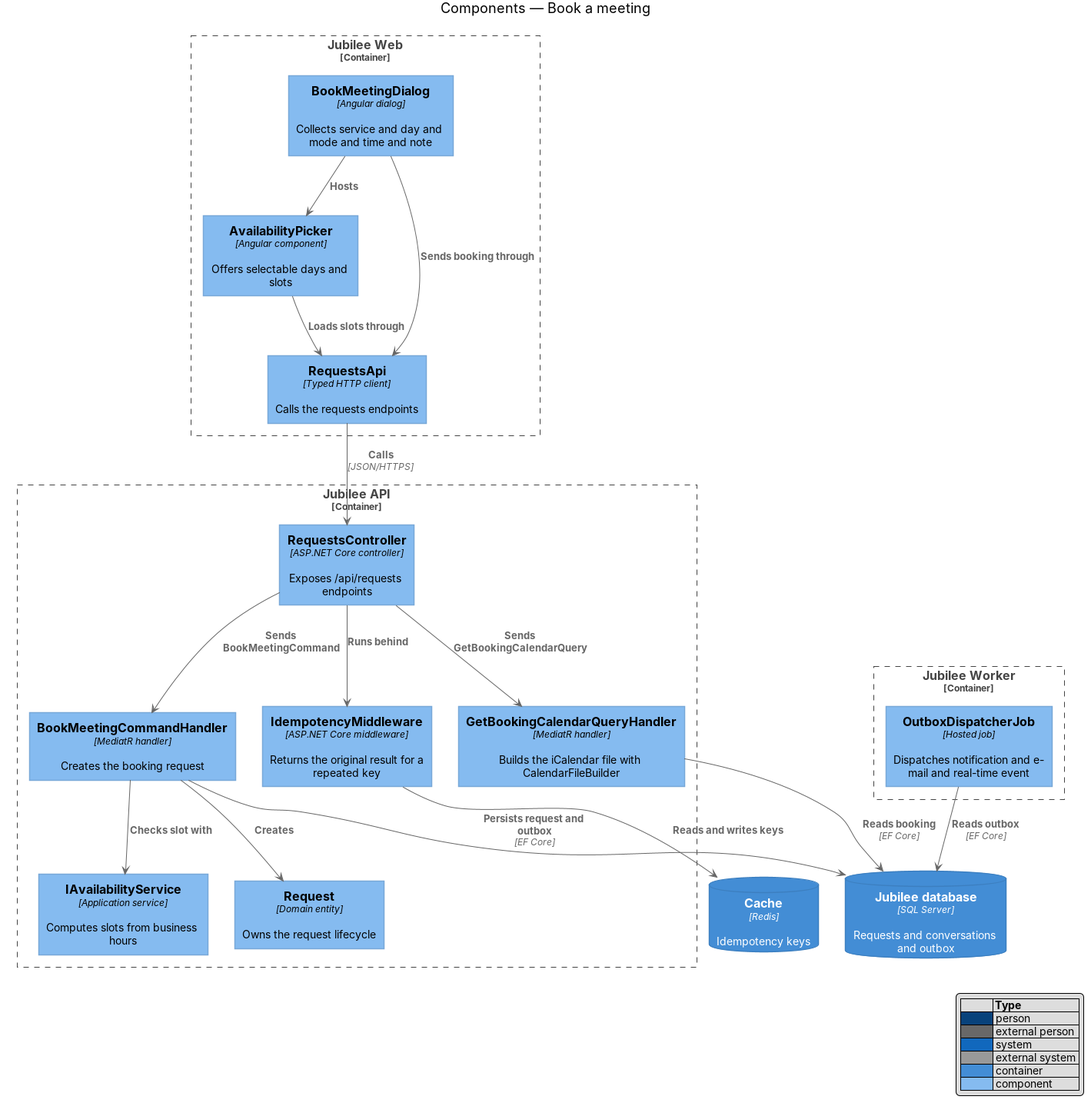
Earlier version of the PlantUML export docs/detailed-designs/requests/book-meeting/diagrams/c4-component.png (QuinntyneBrown/jubilee). Its source is kept beside it as docs/detailed-designs/requests/book-meeting/diagrams/c4-component.puml. Source of this version:
```plantuml
@startuml
!include <C4/C4_Component>
LAYOUT_WITH_LEGEND()
title Components — Book a meeting

Container_Boundary(web, "Jubilee Web") {
  Component(dialog, "BookMeetingDialog", "Angular dialog", "Collects service and day and mode and time and note")
  Component(picker, "AvailabilityPicker", "Angular component", "Offers selectable days and slots")
  Component(client, "RequestsApi", "Typed HTTP client", "Calls the requests endpoints")
}
Container_Boundary(api, "Jubilee API") {
  Component(ctrl, "RequestsController", "ASP.NET Core controller", "Exposes /api/requests endpoints")
  Component(idem, "IdempotencyMiddleware", "ASP.NET Core middleware", "Returns the original result for a repeated key")
  Component(handler, "BookMeetingCommandHandler", "MediatR handler", "Creates the booking request")
  Component(avail, "IAvailabilityService", "Application service", "Computes slots from business hours")
  Component(entity, "Request", "Domain entity", "Owns the request lifecycle")
  Component(cal, "GetBookingCalendarQueryHandler", "MediatR handler", "Builds the iCalendar file with CalendarFileBuilder")
}
Container_Boundary(worker, "Jubilee Worker") {
  Component(outbox, "OutboxDispatcherJob", "Hosted job", "Dispatches notification and e-mail and real-time event")
}
ContainerDb(db, "Jubilee database", "SQL Server", "Requests and conversations and outbox")
ContainerDb(cache, "Cache", "Redis", "Idempotency keys")

Rel(dialog, picker, "Hosts")
Rel(picker, client, "Loads slots through")
Rel(dialog, client, "Sends booking through")
Rel(client, ctrl, "Calls", "JSON/HTTPS")
Rel(ctrl, idem, "Runs behind")
Rel(idem, cache, "Reads and writes keys")
Rel(ctrl, handler, "Sends BookMeetingCommand")
Rel(ctrl, cal, "Sends GetBookingCalendarQuery")
Rel(handler, avail, "Checks slot with")
Rel(handler, entity, "Creates")
Rel(handler, db, "Persists request and outbox", "EF Core")
Rel(cal, db, "Reads booking", "EF Core")
Rel(outbox, db, "Reads outbox", "EF Core")
@enduml
```
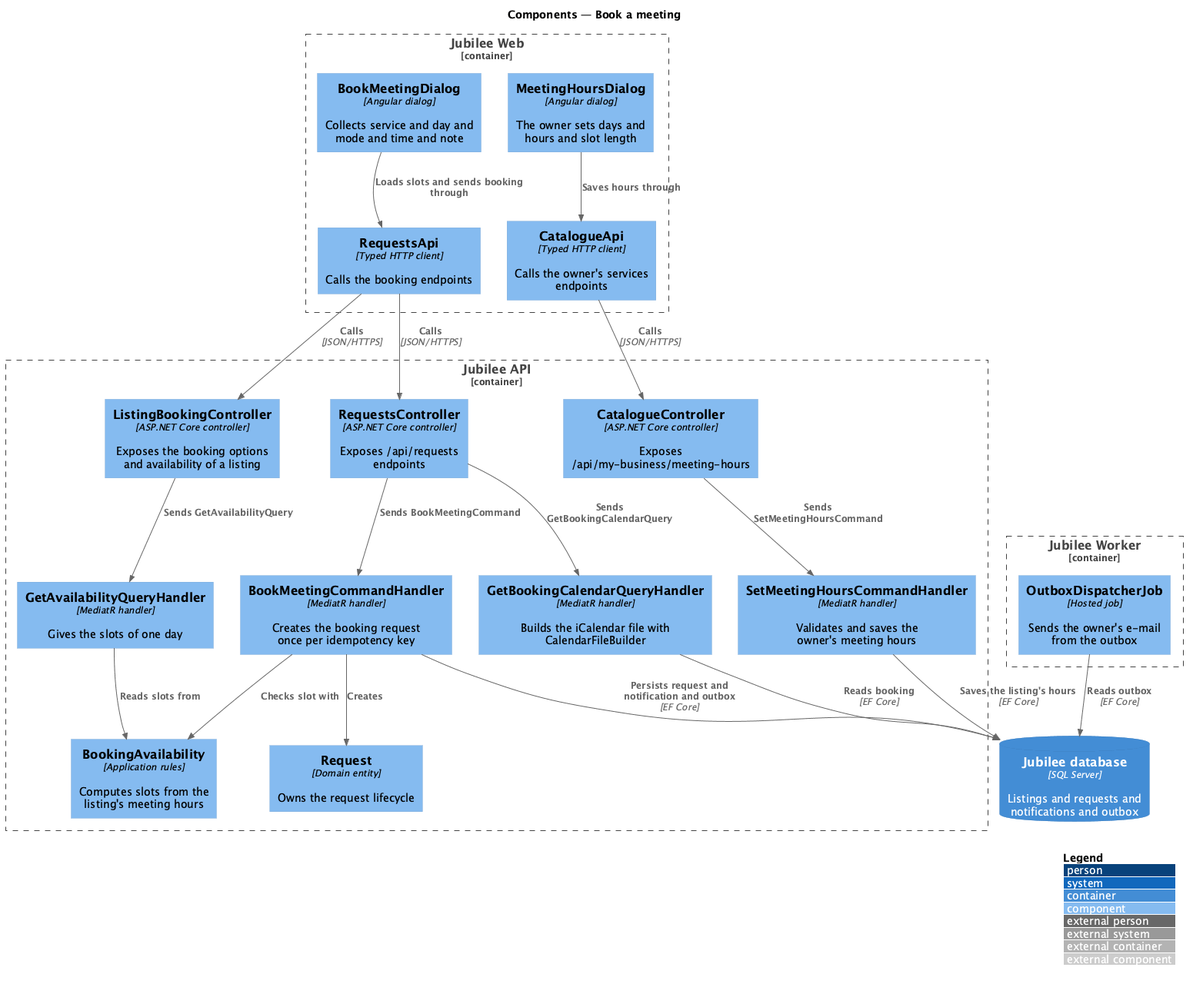
After the commit.

What changed in the source:
```diff
@@ -5,34 +5,40 @@
 
 Container_Boundary(web, "Jubilee Web") {
   Component(dialog, "BookMeetingDialog", "Angular dialog", "Collects service and day and mode and time and note")
-  Component(picker, "AvailabilityPicker", "Angular component", "Offers selectable days and slots")
-  Component(client, "RequestsApi", "Typed HTTP client", "Calls the requests endpoints")
+  Component(hours, "MeetingHoursDialog", "Angular dialog", "The owner sets days and hours and slot length")
+  Component(client, "RequestsApi", "Typed HTTP client", "Calls the booking endpoints")
+  Component(catalogue, "CatalogueApi", "Typed HTTP client", "Calls the owner's services endpoints")
 }
 Container_Boundary(api, "Jubilee API") {
+  Component(listingCtrl, "ListingBookingController", "ASP.NET Core controller", "Exposes the booking options and availability of a listing")
   Component(ctrl, "RequestsController", "ASP.NET Core controller", "Exposes /api/requests endpoints")
-  Component(idem, "IdempotencyMiddleware", "ASP.NET Core middleware", "Returns the original result for a repeated key")
-  Component(handler, "BookMeetingCommandHandler", "MediatR handler", "Creates the booking request")
-  Component(avail, "IAvailabilityService", "Application service", "Computes slots from business hours")
+  Component(ownerCtrl, "CatalogueController", "ASP.NET Core controller", "Exposes /api/my-business/meeting-hours")
+  Component(handler, "BookMeetingCommandHandler", "MediatR handler", "Creates the booking request once per idempotency key")
+  Component(availQuery, "GetAvailabilityQueryHandler", "MediatR handler", "Gives the slots of one day")
+  Component(setHours, "SetMeetingHoursCommandHandler", "MediatR handler", "Validates and saves the owner's meeting hours")
+  Component(avail, "BookingAvailability", "Application rules", "Computes slots from the listing's meeting hours")
   Component(entity, "Request", "Domain entity", "Owns the request lifecycle")
   Component(cal, "GetBookingCalendarQueryHandler", "MediatR handler", "Builds the iCalendar file with CalendarFileBuilder")
 }
 Container_Boundary(worker, "Jubilee Worker") {
-  Component(outbox, "OutboxDispatcherJob", "Hosted job", "Dispatches notification and e-mail and real-time event")
+  Component(outbox, "OutboxDispatcherJob", "Hosted job", "Sends the owner's e-mail from the outbox")
 }
-ContainerDb(db, "Jubilee database", "SQL Server", "Requests and conversations and outbox")
-ContainerDb(cache, "Cache", "Redis", "Idempotency keys")
+ContainerDb(db, "Jubilee database", "SQL Server", "Listings and requests and notifications and outbox")
 
-Rel(dialog, picker, "Hosts")
-Rel(picker, client, "Loads slots through")
-Rel(dialog, client, "Sends booking through")
+Rel(dialog, client, "Loads slots and sends booking through")
+Rel(hours, catalogue, "Saves hours through")
+Rel(client, listingCtrl, "Calls", "JSON/HTTPS")
 Rel(client, ctrl, "Calls", "JSON/HTTPS")
-Rel(ctrl, idem, "Runs behind")
-Rel(idem, cache, "Reads and writes keys")
+Rel(catalogue, ownerCtrl, "Calls", "JSON/HTTPS")
+Rel(listingCtrl, availQuery, "Sends GetAvailabilityQuery")
 Rel(ctrl, handler, "Sends BookMeetingCommand")
 Rel(ctrl, cal, "Sends GetBookingCalendarQuery")
+Rel(ownerCtrl, setHours, "Sends SetMeetingHoursCommand")
+Rel(availQuery, avail, "Reads slots from")
 Rel(handler, avail, "Checks slot with")
 Rel(handler, entity, "Creates")
-Rel(handler, db, "Persists request and outbox", "EF Core")
+Rel(handler, db, "Persists request and notification and outbox", "EF Core")
+Rel(setHours, db, "Saves the listing's hours", "EF Core")
 Rel(cal, db, "Reads booking", "EF Core")
 Rel(outbox, db, "Reads outbox", "EF Core")
 @enduml
```
